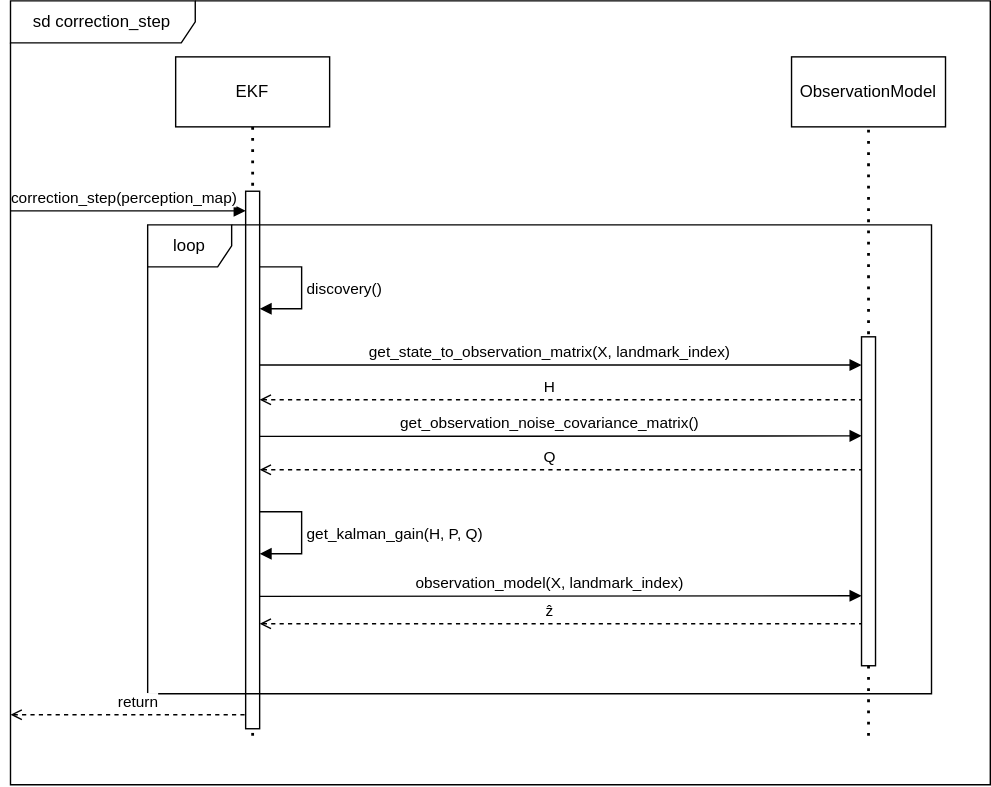
Earlier version of the draw.io export docs/assets/Loc_map/correction-sequence-diagram.svg (fs-feup/autonomous-systems). Source tidied: cells renumbered, new cells last; positions are measured from the earlier drawing's top-left corner, leaving out a move shared by most shapes.
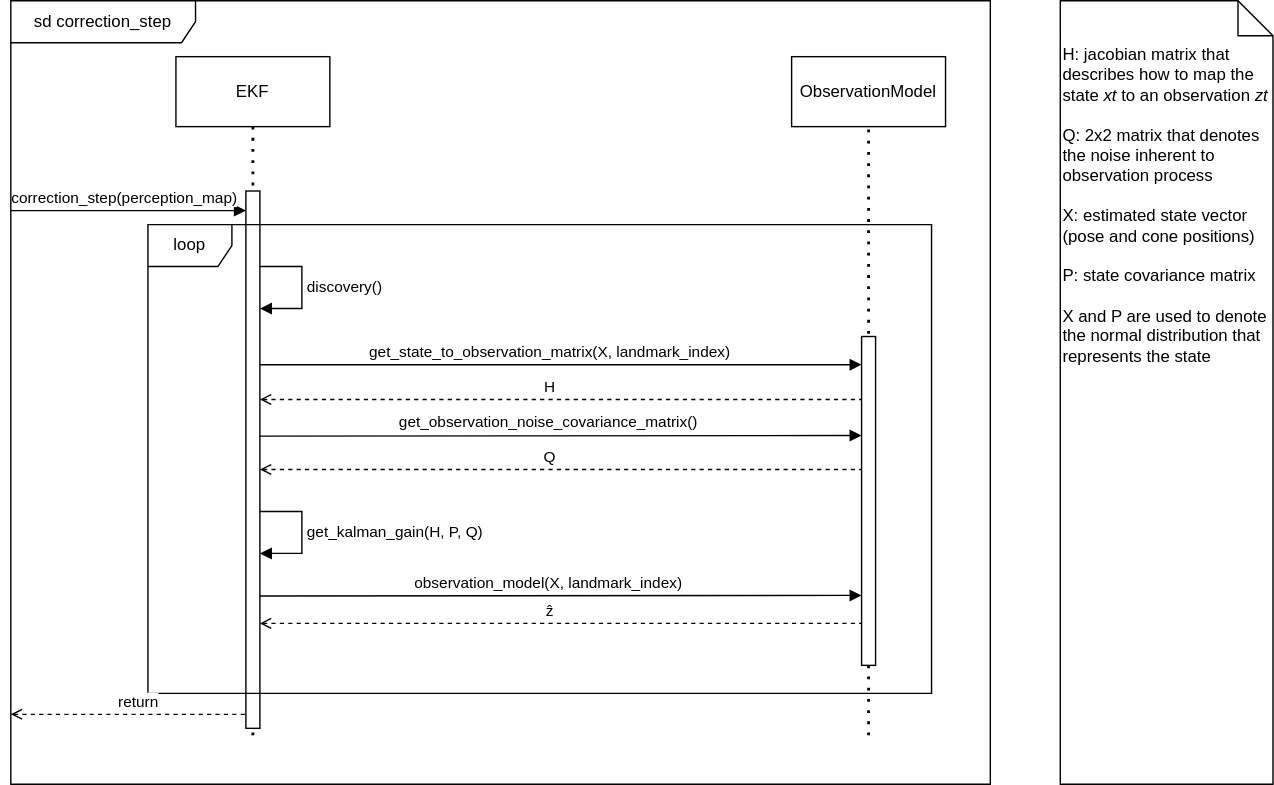
The same file after the commit.

Commit message:
fix(loc-map): add notes to diagrams

The edit, as a diff of the source:
```diff
@@ -144,5 +144,8 @@
         </Array>
       </mxGeometry>
     </mxCell>
+    <mxCell id="30" value="H: jacobian matrix that describes how to map the state &lt;i&gt;xt&lt;/i&gt; to an observation &lt;i&gt;zt&lt;/i&gt;&lt;br&gt;&lt;br&gt;Q: 2x2 matrix that denotes the noise inherent to observation process&lt;br&gt;&lt;br&gt;X: estimated state vector (pose and cone positions)&lt;br&gt;&lt;br&gt;P: state covariance matrix&lt;br&gt;&lt;br&gt;X and P are used to denote the normal distribution that represents the state" style="shape=note2;boundedLbl=1;whiteSpace=wrap;html=1;size=25;verticalAlign=top;align=left;" parent="1" vertex="1">
+      <mxGeometry x="750" width="152" height="560" as="geometry" />
+    </mxCell>
   </root>
 </mxGraphModel>
```
